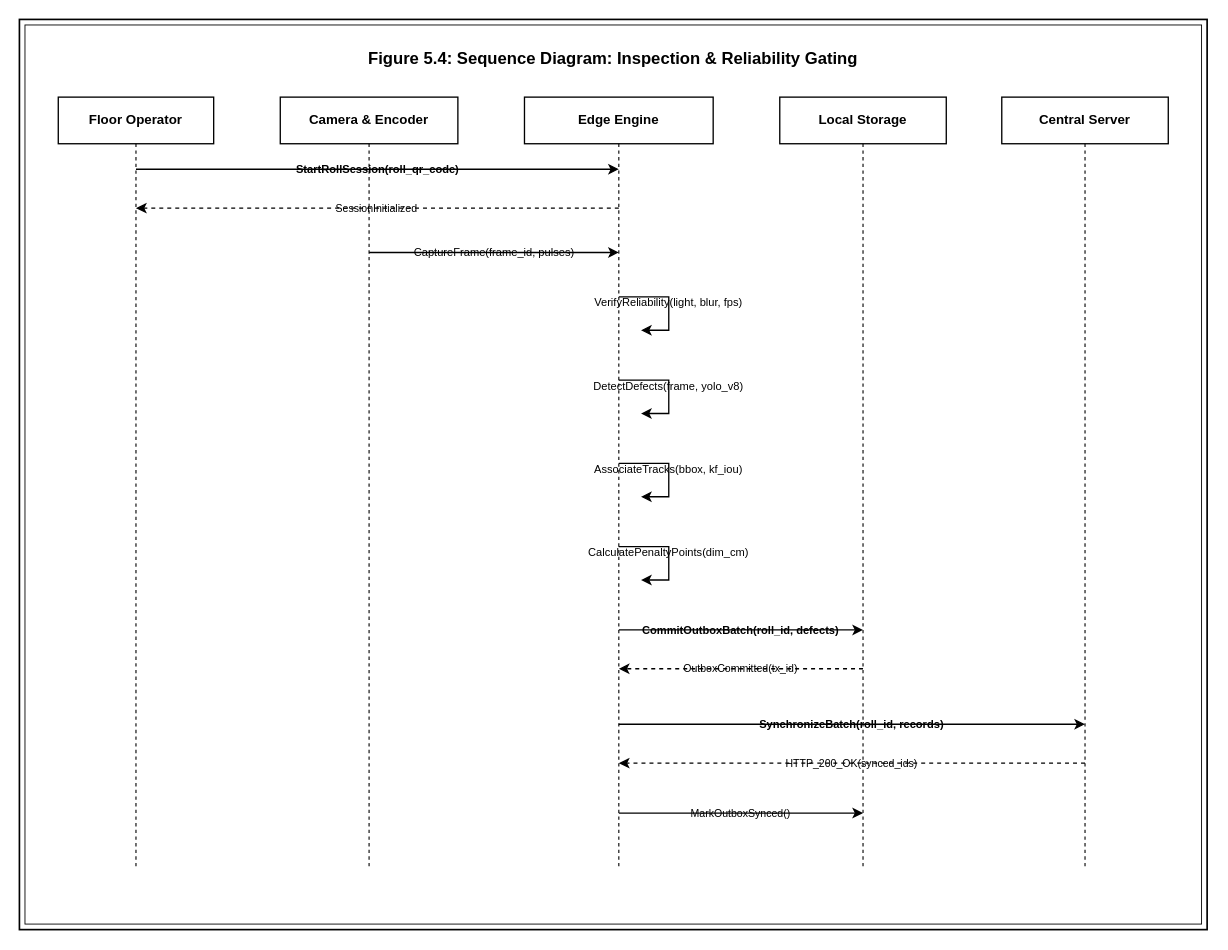
The draw.io diagram diagrams/drawio/12_sequence_inspection.drawio in TheBilalButt/TexEye-AI-FYP, before the edit. Source tidied: cells renumbered, new cells numbered last; positions are measured from the earlier drawing's top-left corner, leaving out a move shared by most shapes. Both pictures are drawn from the tidied source at 111%, with x=0, y=0 at pixel (19, 19).
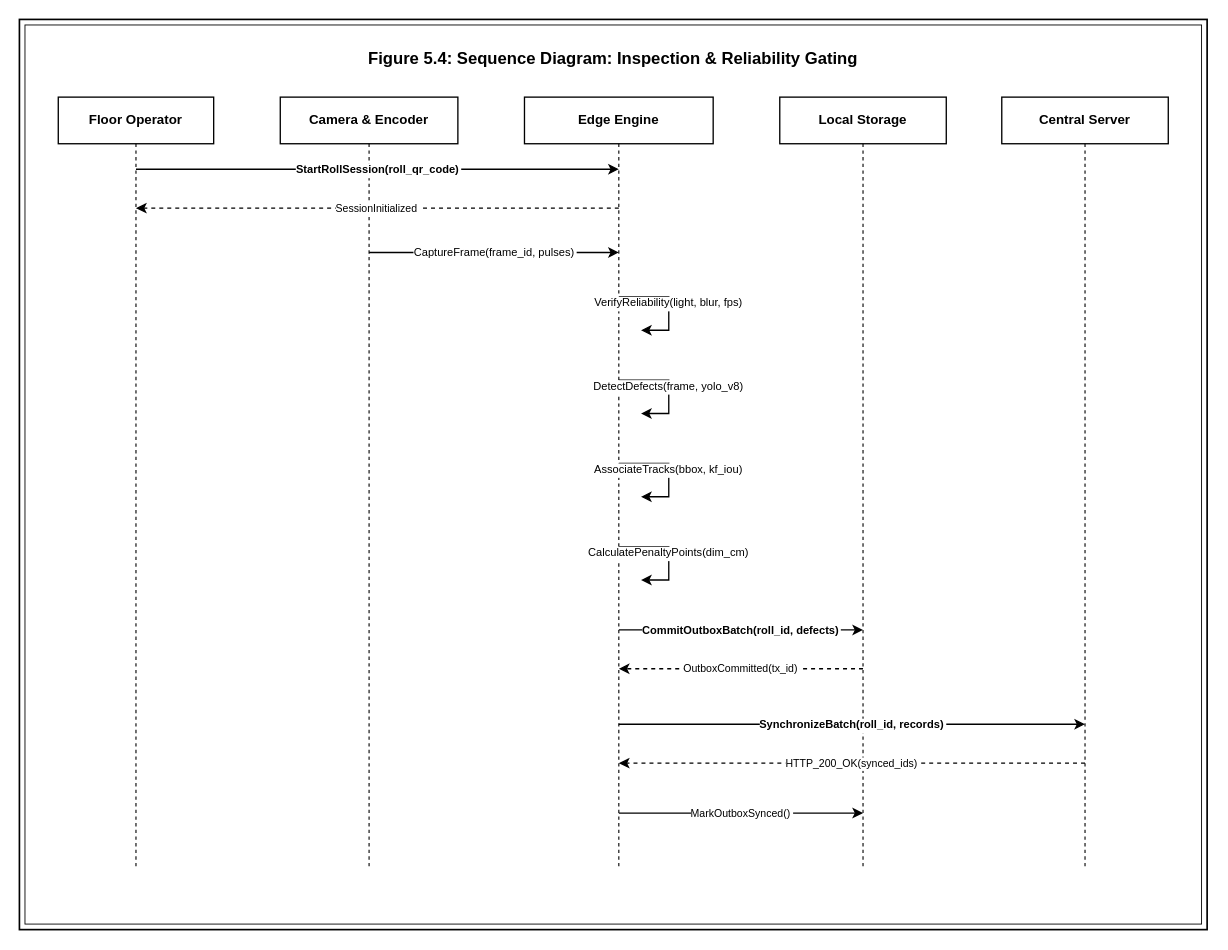
Above is the later version.

Diff of the diagram source:
```diff
@@
-    <mxCell id="15" value="StartRollSession(roll_qr_code)" style="edgeStyle=orthogonalEdgeStyle;rounded=0;strokeColor=#000000;strokeWidth=1.2;fontSize=10;fontStyle=1;fontColor=#000000;labelBackgroundColor=none;" parent="1" edge="1">
+    <mxCell id="15" value="StartRollSession(roll_qr_code)" style="edgeStyle=orthogonalEdgeStyle;rounded=0;strokeColor=#000000;strokeWidth=1.2;fontSize=10;fontStyle=1;fontColor=#000000;labelBackgroundColor=#ffffff;" parent="1" edge="1">
       <mxGeometry relative="1" as="geometry">
         <mxPoint x="105" y="135" as="sourcePoint" />
         <mxPoint x="540" y="135" as="targetPoint" />
       </mxGeometry>
     </mxCell>
-    <mxCell id="16" value="SessionInitialized" style="edgeStyle=orthogonalEdgeStyle;rounded=0;dashed=1;strokeColor=#000000;strokeWidth=1.2;fontSize=9.5;fontColor=#000000;labelBackgroundColor=none;" parent="1" edge="1">
+    <mxCell id="16" value="SessionInitialized" style="edgeStyle=orthogonalEdgeStyle;rounded=0;dashed=1;strokeColor=#000000;strokeWidth=1.2;fontSize=9.5;fontColor=#000000;labelBackgroundColor=#ffffff;" parent="1" edge="1">
       <mxGeometry relative="1" as="geometry">
         <mxPoint x="540" y="170" as="sourcePoint" />
         <mxPoint x="105" y="170" as="targetPoint" />
       </mxGeometry>
     </mxCell>
-    <mxCell id="17" value="CaptureFrame(frame_id, pulses)" style="edgeStyle=orthogonalEdgeStyle;rounded=0;strokeColor=#000000;strokeWidth=1.2;fontSize=10;fontColor=#000000;labelBackgroundColor=none;" parent="1" edge="1">
+    <mxCell id="17" value="CaptureFrame(frame_id, pulses)" style="edgeStyle=orthogonalEdgeStyle;rounded=0;strokeColor=#000000;strokeWidth=1.2;fontSize=10;fontColor=#000000;labelBackgroundColor=#ffffff;" parent="1" edge="1">
       <mxGeometry relative="1" as="geometry">
         <mxPoint x="315" y="210" as="sourcePoint" />
         <mxPoint x="540" y="210" as="targetPoint" />
       </mxGeometry>
     </mxCell>
-    <mxCell id="18" value="VerifyReliability(light, blur, fps)" style="edgeStyle=orthogonalEdgeStyle;rounded=0;strokeColor=#000000;strokeWidth=1.2;fontSize=10;fontColor=#000000;labelBackgroundColor=none;" parent="1" edge="1">
+    <mxCell id="18" value="VerifyReliability(light, blur, fps)" style="edgeStyle=orthogonalEdgeStyle;rounded=0;strokeColor=#000000;strokeWidth=1.2;fontSize=10;fontColor=#000000;labelBackgroundColor=#ffffff;" parent="1" edge="1">
       <mxGeometry relative="1" as="geometry">
         <mxPoint x="540" y="250" as="sourcePoint" />
         <mxPoint x="560" y="280" as="targetPoint" />
         <Array as="points">
           <mxPoint x="585" y="250" />
           <mxPoint x="585" y="280" />
         </Array>
       </mxGeometry>
     </mxCell>
-    <mxCell id="19" value="DetectDefects(frame, yolo_v8)" style="edgeStyle=orthogonalEdgeStyle;rounded=0;strokeColor=#000000;strokeWidth=1.2;fontSize=10;fontColor=#000000;labelBackgroundColor=none;" parent="1" edge="1">
+    <mxCell id="19" value="DetectDefects(frame, yolo_v8)" style="edgeStyle=orthogonalEdgeStyle;rounded=0;strokeColor=#000000;strokeWidth=1.2;fontSize=10;fontColor=#000000;labelBackgroundColor=#ffffff;" parent="1" edge="1">
       <mxGeometry relative="1" as="geometry">
         <mxPoint x="540" y="325" as="sourcePoint" />
         <mxPoint x="560" y="355" as="targetPoint" />
         <Array as="points">
           <mxPoint x="585" y="325" />
           <mxPoint x="585" y="355" />
         </Array>
       </mxGeometry>
     </mxCell>
-    <mxCell id="20" value="AssociateTracks(bbox, kf_iou)" style="edgeStyle=orthogonalEdgeStyle;rounded=0;strokeColor=#000000;strokeWidth=1.2;fontSize=10;fontColor=#000000;labelBackgroundColor=none;" parent="1" edge="1">
+    <mxCell id="20" value="AssociateTracks(bbox, kf_iou)" style="edgeStyle=orthogonalEdgeStyle;rounded=0;strokeColor=#000000;strokeWidth=1.2;fontSize=10;fontColor=#000000;labelBackgroundColor=#ffffff;" parent="1" edge="1">
       <mxGeometry relative="1" as="geometry">
         <mxPoint x="540" y="400" as="sourcePoint" />
         <mxPoint x="560" y="430" as="targetPoint" />
         <Array as="points">
           <mxPoint x="585" y="400" />
           <mxPoint x="585" y="430" />
         </Array>
       </mxGeometry>
     </mxCell>
-    <mxCell id="21" value="CalculatePenaltyPoints(dim_cm)" style="edgeStyle=orthogonalEdgeStyle;rounded=0;strokeColor=#000000;strokeWidth=1.2;fontSize=10;fontColor=#000000;labelBackgroundColor=none;" parent="1" edge="1">
+    <mxCell id="21" value="CalculatePenaltyPoints(dim_cm)" style="edgeStyle=orthogonalEdgeStyle;rounded=0;strokeColor=#000000;strokeWidth=1.2;fontSize=10;fontColor=#000000;labelBackgroundColor=#ffffff;" parent="1" edge="1">
       <mxGeometry relative="1" as="geometry">
         <mxPoint x="540" y="475" as="sourcePoint" />
         <mxPoint x="560" y="505" as="targetPoint" />
         <Array as="points">
           <mxPoint x="585" y="475" />
           <mxPoint x="585" y="505" />
         </Array>
       </mxGeometry>
     </mxCell>
-    <mxCell id="22" value="CommitOutboxBatch(roll_id, defects)" style="edgeStyle=orthogonalEdgeStyle;rounded=0;strokeColor=#000000;strokeWidth=1.2;fontSize=10;fontStyle=1;fontColor=#000000;labelBackgroundColor=none;" parent="1" edge="1">
+    <mxCell id="22" value="CommitOutboxBatch(roll_id, defects)" style="edgeStyle=orthogonalEdgeStyle;rounded=0;strokeColor=#000000;strokeWidth=1.2;fontSize=10;fontStyle=1;fontColor=#000000;labelBackgroundColor=#ffffff;" parent="1" edge="1">
       <mxGeometry relative="1" as="geometry">
         <mxPoint x="540" y="550" as="sourcePoint" />
         <mxPoint x="760" y="550" as="targetPoint" />
       </mxGeometry>
     </mxCell>
-    <mxCell id="23" value="OutboxCommitted(tx_id)" style="edgeStyle=orthogonalEdgeStyle;rounded=0;dashed=1;strokeColor=#000000;strokeWidth=1.2;fontSize=9.5;fontColor=#000000;labelBackgroundColor=none;" parent="1" edge="1">
+    <mxCell id="23" value="OutboxCommitted(tx_id)" style="edgeStyle=orthogonalEdgeStyle;rounded=0;dashed=1;strokeColor=#000000;strokeWidth=1.2;fontSize=9.5;fontColor=#000000;labelBackgroundColor=#ffffff;" parent="1" edge="1">
       <mxGeometry relative="1" as="geometry">
         <mxPoint x="760" y="585" as="sourcePoint" />
         <mxPoint x="540" y="585" as="targetPoint" />
       </mxGeometry>
     </mxCell>
-    <mxCell id="24" value="SynchronizeBatch(roll_id, records)" style="edgeStyle=orthogonalEdgeStyle;rounded=0;strokeColor=#000000;strokeWidth=1.2;fontSize=10;fontStyle=1;fontColor=#000000;labelBackgroundColor=none;" parent="1" edge="1">
+    <mxCell id="24" value="SynchronizeBatch(roll_id, records)" style="edgeStyle=orthogonalEdgeStyle;rounded=0;strokeColor=#000000;strokeWidth=1.2;fontSize=10;fontStyle=1;fontColor=#000000;labelBackgroundColor=#ffffff;" parent="1" edge="1">
       <mxGeometry relative="1" as="geometry">
         <mxPoint x="540" y="635" as="sourcePoint" />
         <mxPoint x="960" y="635" as="targetPoint" />
       </mxGeometry>
     </mxCell>
-    <mxCell id="25" value="HTTP_200_OK(synced_ids)" style="edgeStyle=orthogonalEdgeStyle;rounded=0;dashed=1;strokeColor=#000000;strokeWidth=1.2;fontSize=9.5;fontColor=#000000;labelBackgroundColor=none;" parent="1" edge="1">
+    <mxCell id="25" value="HTTP_200_OK(synced_ids)" style="edgeStyle=orthogonalEdgeStyle;rounded=0;dashed=1;strokeColor=#000000;strokeWidth=1.2;fontSize=9.5;fontColor=#000000;labelBackgroundColor=#ffffff;" parent="1" edge="1">
       <mxGeometry relative="1" as="geometry">
         <mxPoint x="960" y="670" as="sourcePoint" />
         <mxPoint x="540" y="670" as="targetPoint" />
       </mxGeometry>
     </mxCell>
-    <mxCell id="26" value="MarkOutboxSynced()" style="edgeStyle=orthogonalEdgeStyle;rounded=0;strokeColor=#000000;strokeWidth=1.2;fontSize=9.5;fontColor=#000000;labelBackgroundColor=none;" parent="1" edge="1">
+    <mxCell id="26" value="MarkOutboxSynced()" style="edgeStyle=orthogonalEdgeStyle;rounded=0;strokeColor=#000000;strokeWidth=1.2;fontSize=9.5;fontColor=#000000;labelBackgroundColor=#ffffff;" parent="1" edge="1">
       <mxGeometry relative="1" as="geometry">
         <mxPoint x="540" y="715" as="sourcePoint" />
         <mxPoint x="760" y="715" as="targetPoint" />
       </mxGeometry>
     </mxCell>
```
